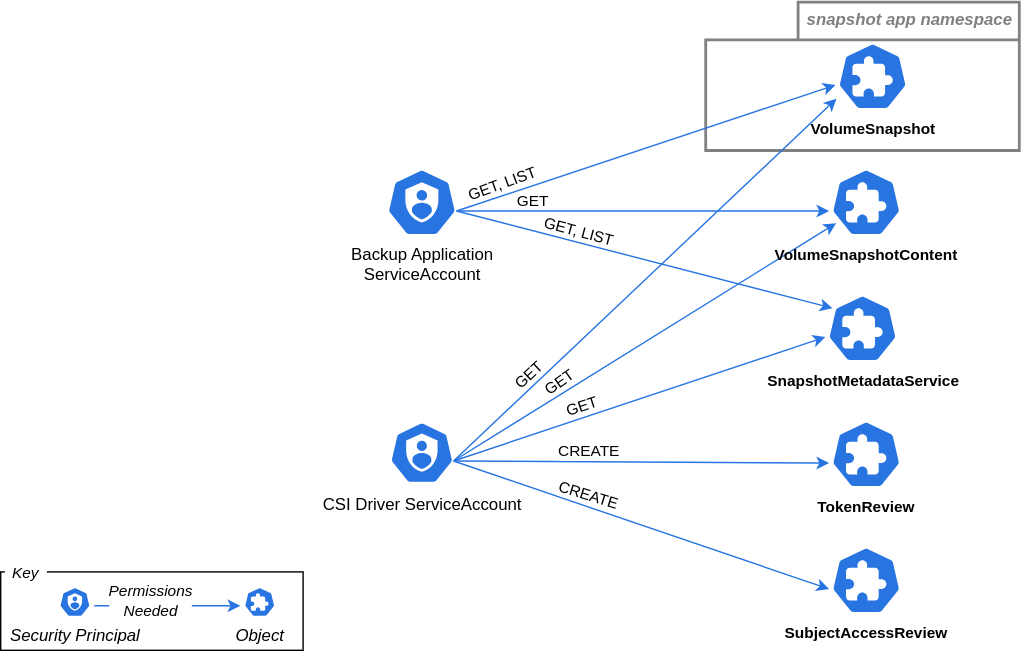
Earlier version of the draw.io export keps/sig-storage/3314-csi-changed-block-tracking/perms.drawio.svg (kubernetes/enhancements). Source tidied: cells renumbered, new cells last; positions are measured from the earlier drawing's top-left corner, leaving out a move shared by most shapes.
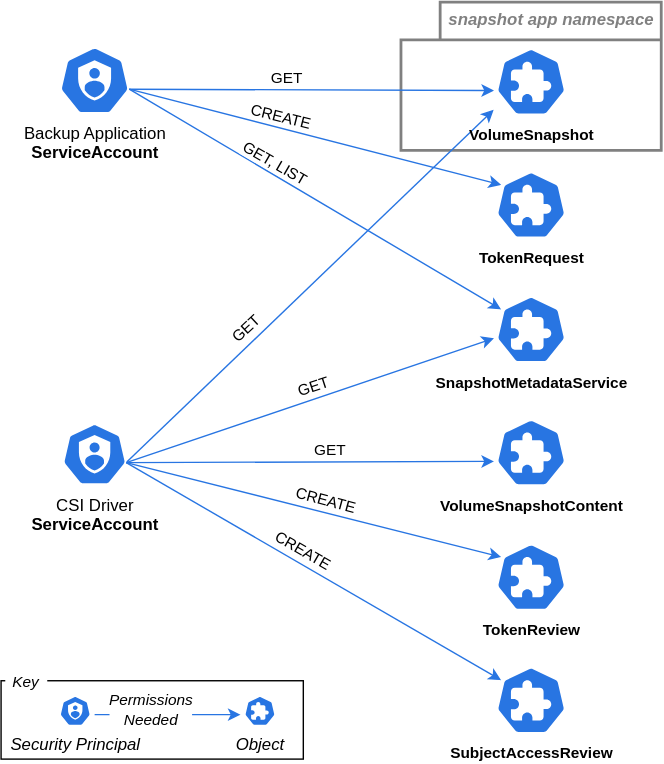
Above is the later version.

Diff of the diagram source:
```diff
@@ -3,10 +3,10 @@
     <mxCell id="0" />
     <mxCell id="1" parent="0" />
     <mxCell id="2" value="&lt;i&gt;snapshot app namespace&lt;/i&gt;" style="shape=folder;fontStyle=1;tabWidth=158;tabHeight=27;tabPosition=left;html=1;boundedLbl=1;labelInHeader=1;flipH=1;fontColor=#808080;strokeColor=#808080;strokeWidth=2;" parent="1" vertex="1">
-      <mxGeometry x="503.6" y="140" width="224" height="106" as="geometry" />
+      <mxGeometry x="519.8" y="54" width="186" height="106" as="geometry" />
     </mxCell>
     <mxCell id="3" style="html=1;strokeColor=none;fillColor=none;" parent="2" vertex="1">
-      <mxGeometry width="224" height="74.2" relative="1" as="geometry">
+      <mxGeometry width="186" height="74.2" relative="1" as="geometry">
         <mxPoint y="30" as="offset" />
       </mxGeometry>
     </mxCell>
@@ -15,23 +15,23 @@
         <mxPoint x="314.2" y="20.2" as="targetPoint" />
       </mxGeometry>
     </mxCell>
-    <mxCell id="5" style="edgeStyle=none;sketch=0;html=1;entryX=0.1;entryY=0.2;entryDx=0;entryDy=0;entryPerimeter=0;strokeWidth=1;strokeColor=#2875E2;exitX=0.995;exitY=0.63;exitDx=0;exitDy=0;exitPerimeter=0;" parent="1" edge="1" source="7" target="18">
+    <mxCell id="5" style="edgeStyle=none;sketch=0;html=1;entryX=0.1;entryY=0.2;entryDx=0;entryDy=0;entryPerimeter=0;strokeWidth=1;strokeColor=#2875E2;exitX=0.995;exitY=0.63;exitDx=0;exitDy=0;exitPerimeter=0;" parent="1" edge="1" source="7" target="17">
       <mxGeometry relative="1" as="geometry" />
     </mxCell>
-    <mxCell id="6" value="GET, LIST" style="edgeLabel;html=1;align=center;verticalAlign=middle;rotation=15;" parent="5" vertex="1">
+    <mxCell id="6" value="GET, LIST" style="edgeLabel;html=1;align=center;verticalAlign=middle;rotation=30;" parent="5" vertex="1">
       <mxGeometry x="-0.34" y="1" relative="1" as="geometry">
-        <mxPoint x="-1" y="-8" as="offset" />
+        <mxPoint x="16" y="1" as="offset" />
       </mxGeometry>
     </mxCell>
-    <mxCell id="7" value="Backup Application&lt;br&gt;ServiceAccount" style="html=1;dashed=0;whitespace=wrap;fillColor=#2875E2;strokeColor=#ffffff;points=[[0.005,0.63,0],[0.1,0.2,0],[0.9,0.2,0],[0.5,0,0],[0.995,0.63,0],[0.72,0.99,0],[0.5,1,0],[0.28,0.99,0]];verticalLabelPosition=bottom;align=center;verticalAlign=top;shape=mxgraph.kubernetes.icon;prIcon=sa;" parent="1" vertex="1">
-      <mxGeometry x="275.8" y="259" width="50" height="48" as="geometry" />
+    <mxCell id="7" value="Backup Application&lt;br&gt;&lt;b&gt;ServiceAccount&lt;/b&gt;" style="html=1;dashed=0;whitespace=wrap;fillColor=#2875E2;strokeColor=#ffffff;points=[[0.005,0.63,0],[0.1,0.2,0],[0.9,0.2,0],[0.5,0,0],[0.995,0.63,0],[0.72,0.99,0],[0.5,1,0],[0.28,0.99,0]];verticalLabelPosition=bottom;align=center;verticalAlign=top;shape=mxgraph.kubernetes.icon;prIcon=sa;" parent="1" vertex="1">
+      <mxGeometry x="275.8" y="86" width="50" height="48" as="geometry" />
     </mxCell>
     <mxCell id="8" style="edgeStyle=none;sketch=0;html=1;exitX=0.995;exitY=0.63;exitDx=0;exitDy=0;exitPerimeter=0;entryX=0.005;entryY=0.63;entryDx=0;entryDy=0;entryPerimeter=0;strokeWidth=1;strokeColor=#2875E2;" parent="1" edge="1" source="7" target="27">
       <mxGeometry relative="1" as="geometry" />
     </mxCell>
-    <mxCell id="9" value="GET, LIST" style="edgeLabel;html=1;align=center;verticalAlign=middle;rotation=340;" parent="8" vertex="1">
+    <mxCell id="9" value="GET" style="edgeLabel;html=1;align=center;verticalAlign=middle;rotation=0;" parent="8" vertex="1">
       <mxGeometry x="-0.43" y="-1" relative="1" as="geometry">
-        <mxPoint x="-46" y="5" as="offset" />
+        <mxPoint x="38" y="-10" as="offset" />
       </mxGeometry>
     </mxCell>
     <mxCell id="10" style="edgeStyle=none;html=1;exitX=0.995;exitY=0.63;exitDx=0;exitDy=0;exitPerimeter=0;entryX=0.1;entryY=0.2;entryDx=0;entryDy=0;entryPerimeter=0;" parent="1" edge="1">
@@ -39,40 +39,40 @@
         <mxPoint x="319" y="-0.4" as="targetPoint" />
       </mxGeometry>
     </mxCell>
-    <mxCell id="11" style="edgeStyle=none;sketch=0;html=1;entryX=0.1;entryY=0.81;entryDx=0;entryDy=0;entryPerimeter=0;strokeWidth=1;exitX=0.995;exitY=0.63;exitDx=0;exitDy=0;exitPerimeter=0;strokeColor=#2875E2;" parent="1" edge="1" source="26" target="17">
+    <mxCell id="11" style="edgeStyle=none;sketch=0;html=1;entryX=0.005;entryY=0.63;entryDx=0;entryDy=0;entryPerimeter=0;strokeWidth=1;exitX=0.995;exitY=0.63;exitDx=0;exitDy=0;exitPerimeter=0;strokeColor=#2875E2;" parent="1" edge="1" source="26" target="17">
       <mxGeometry relative="1" as="geometry" />
     </mxCell>
-    <mxCell id="12" value="GET" style="edgeLabel;html=1;align=center;verticalAlign=middle;rotation=325;" parent="11" vertex="1">
+    <mxCell id="12" value="GET" style="edgeLabel;html=1;align=center;verticalAlign=middle;rotation=342;" parent="11" vertex="1">
       <mxGeometry x="-0.67" relative="1" as="geometry">
-        <mxPoint x="30" y="-28" as="offset" />
+        <mxPoint x="90" y="-40" as="offset" />
       </mxGeometry>
     </mxCell>
     <mxCell id="13" style="edgeStyle=none;sketch=0;html=1;exitX=0.995;exitY=0.63;exitDx=0;exitDy=0;exitPerimeter=0;entryX=0.005;entryY=0.63;entryDx=0;entryDy=0;entryPerimeter=0;strokeWidth=1;strokeColor=#2875E2;" parent="1" edge="1" source="26" target="18">
       <mxGeometry relative="1" as="geometry" />
     </mxCell>
-    <mxCell id="14" value="GET" style="edgeLabel;html=1;align=center;verticalAlign=middle;rotation=342;" parent="13" vertex="1">
+    <mxCell id="14" value="GET" style="edgeLabel;html=1;align=center;verticalAlign=middle;rotation=0;" parent="13" vertex="1">
       <mxGeometry x="-0.79" y="4" relative="1" as="geometry">
-        <mxPoint x="64" y="-26" as="offset" />
+        <mxPoint x="117" y="-5" as="offset" />
       </mxGeometry>
     </mxCell>
     <mxCell id="15" style="edgeStyle=none;sketch=0;html=1;exitX=0.995;exitY=0.63;exitDx=0;exitDy=0;exitPerimeter=0;strokeWidth=1;strokeColor=#2875E2;" parent="1" edge="1" source="26">
       <mxGeometry relative="1" as="geometry">
-        <mxPoint x="597" y="209" as="targetPoint" />
+        <mxPoint x="586" y="131" as="targetPoint" />
       </mxGeometry>
     </mxCell>
     <mxCell id="16" value="GET" style="edgeLabel;html=1;align=center;verticalAlign=middle;rotation=317;" parent="15" vertex="1">
       <mxGeometry x="0.1" y="1" relative="1" as="geometry">
-        <mxPoint x="-97" y="82" as="offset" />
+        <mxPoint x="-59" y="44" as="offset" />
       </mxGeometry>
     </mxCell>
-    <mxCell id="17" value="&lt;b style=&quot;border-color: var(--border-color);&quot;&gt;&lt;font style=&quot;border-color: var(--border-color); font-size: 11px;&quot;&gt;VolumeSnapshotContent&lt;/font&gt;&lt;/b&gt;" style="html=1;dashed=0;whitespace=wrap;fillColor=#2875E2;strokeColor=#ffffff;points=[[0.005,0.63,0],[0.1,0.2,0],[0.9,0.2,0],[0.5,0,0],[0.995,0.63,0],[0.72,0.99,0],[0.5,1,0],[0.28,0.99,0]];verticalLabelPosition=bottom;align=center;verticalAlign=top;shape=mxgraph.kubernetes.icon;prIcon=crd;fontColor=#000000;" parent="1" vertex="1">
-      <mxGeometry x="591.4" y="259" width="53.6" height="48" as="geometry" />
+    <mxCell id="17" value="&lt;b style=&quot;border-color: var(--border-color);&quot;&gt;&lt;font style=&quot;border-color: var(--border-color); font-size: 11px;&quot;&gt;SnapshotMetadataService&lt;/font&gt;&lt;/b&gt;" style="html=1;dashed=0;whitespace=wrap;fillColor=#2875E2;strokeColor=#ffffff;points=[[0.005,0.63,0],[0.1,0.2,0],[0.9,0.2,0],[0.5,0,0],[0.995,0.63,0],[0.72,0.99,0],[0.5,1,0],[0.28,0.99,0]];verticalLabelPosition=bottom;align=center;verticalAlign=top;shape=mxgraph.kubernetes.icon;prIcon=crd;fontColor=#000000;" parent="1" vertex="1">
+      <mxGeometry x="586" y="264" width="53.6" height="48" as="geometry" />
     </mxCell>
-    <mxCell id="18" value="&lt;b&gt;&lt;font style=&quot;font-size: 11px;&quot;&gt;SnapshotMetadataService&lt;/font&gt;&lt;/b&gt;" style="html=1;dashed=0;whitespace=wrap;fillColor=#2875E2;strokeColor=#ffffff;points=[[0.005,0.63,0],[0.1,0.2,0],[0.9,0.2,0],[0.5,0,0],[0.995,0.63,0],[0.72,0.99,0],[0.5,1,0],[0.28,0.99,0]];verticalLabelPosition=bottom;align=center;verticalAlign=top;shape=mxgraph.kubernetes.icon;prIcon=crd;fontColor=#000000;" parent="1" vertex="1">
-      <mxGeometry x="588.8" y="349" width="53.6" height="48" as="geometry" />
+    <mxCell id="18" value="&lt;b&gt;&lt;font style=&quot;font-size: 11px;&quot;&gt;VolumeSnapshotContent&lt;/font&gt;&lt;/b&gt;" style="html=1;dashed=0;whitespace=wrap;fillColor=#2875E2;strokeColor=#ffffff;points=[[0.005,0.63,0],[0.1,0.2,0],[0.9,0.2,0],[0.5,0,0],[0.995,0.63,0],[0.72,0.99,0],[0.5,1,0],[0.28,0.99,0]];verticalLabelPosition=bottom;align=center;verticalAlign=top;shape=mxgraph.kubernetes.icon;prIcon=crd;fontColor=#000000;" parent="1" vertex="1">
+      <mxGeometry x="586" y="352" width="53.6" height="48" as="geometry" />
     </mxCell>
     <mxCell id="19" style="group;" parent="1" vertex="1">
-      <mxGeometry y="529" width="216" height="74" as="geometry" />
+      <mxGeometry x="234" y="521" width="216" height="74" as="geometry" />
     </mxCell>
     <mxCell id="20" style="rounded=0;whiteSpace=wrap;html=1;hachureGap=4;fontFamily=Architects Daughter;fontSource=https%3A%2F%2Ffonts.googleapis.com%2Fcss%3Ffamily%3DArchitects%2BDaughter;fontSize=20;" parent="19" vertex="1">
       <mxGeometry y="18" width="216" height="56" as="geometry" />
@@ -94,41 +94,44 @@
     <mxCell id="25" value="&lt;i&gt;Security Principal&lt;/i&gt;" style="html=1;dashed=0;whitespace=wrap;fillColor=#2875E2;strokeColor=#ffffff;points=[[0.005,0.63,0],[0.1,0.2,0],[0.9,0.2,0],[0.5,0,0],[0.995,0.63,0],[0.72,0.99,0],[0.5,1,0],[0.28,0.99,0]];verticalLabelPosition=bottom;align=center;verticalAlign=top;shape=mxgraph.kubernetes.icon;prIcon=sa;" parent="19" vertex="1">
       <mxGeometry x="39" y="29" width="28" height="21" as="geometry" />
     </mxCell>
-    <mxCell id="26" value="CSI Driver ServiceAccount" style="html=1;dashed=0;whitespace=wrap;fillColor=#2875E2;strokeColor=#ffffff;points=[[0.005,0.63,0],[0.1,0.2,0],[0.9,0.2,0],[0.5,0,0],[0.995,0.63,0],[0.72,0.99,0],[0.5,1,0],[0.28,0.99,0]];verticalLabelPosition=bottom;align=center;verticalAlign=top;shape=mxgraph.kubernetes.icon;prIcon=sa;" parent="1" vertex="1">
-      <mxGeometry x="278" y="439" width="45.7" height="45.7" as="geometry" />
+    <mxCell id="26" value="CSI Driver&lt;br&gt;&lt;b&gt;ServiceAccount&lt;/b&gt;" style="html=1;dashed=0;whitespace=wrap;fillColor=#2875E2;strokeColor=#ffffff;points=[[0.005,0.63,0],[0.1,0.2,0],[0.9,0.2,0],[0.5,0,0],[0.995,0.63,0],[0.72,0.99,0],[0.5,1,0],[0.28,0.99,0]];verticalLabelPosition=bottom;align=center;verticalAlign=top;shape=mxgraph.kubernetes.icon;prIcon=sa;" parent="1" vertex="1">
+      <mxGeometry x="278" y="354.3" width="45.7" height="45.7" as="geometry" />
     </mxCell>
-    <mxCell id="27" value="&lt;b&gt;&lt;font style=&quot;font-size: 11px;&quot;&gt;VolumeSnapshot&lt;/font&gt;&lt;/b&gt;" style="html=1;dashed=0;whitespace=wrap;fillColor=#2875E2;strokeColor=#ffffff;points=[[0.005,0.63,0],[0.1,0.2,0],[0.9,0.2,0],[0.5,0,0],[0.995,0.63,0],[0.72,0.99,0],[0.5,1,0],[0.28,0.99,0]];verticalLabelPosition=bottom;align=center;verticalAlign=top;shape=mxgraph.kubernetes.icon;prIcon=crd;fontColor=#000000;" parent="1" vertex="1">
-      <mxGeometry x="596" y="169" width="53.6" height="48" as="geometry" />
-    </mxCell>
     <mxCell id="28" value="&lt;b&gt;&lt;font style=&quot;font-size: 11px;&quot;&gt;TokenReview&lt;/font&gt;&lt;/b&gt;" style="html=1;dashed=0;whitespace=wrap;fillColor=#2875E2;strokeColor=#ffffff;points=[[0.005,0.63,0],[0.1,0.2,0],[0.9,0.2,0],[0.5,0,0],[0.995,0.63,0],[0.72,0.99,0],[0.5,1,0],[0.28,0.99,0]];verticalLabelPosition=bottom;align=center;verticalAlign=top;shape=mxgraph.kubernetes.icon;prIcon=crd;fontColor=#000000;" parent="1" vertex="1">
-      <mxGeometry x="591.4" y="439" width="53.6" height="48" as="geometry" />
+      <mxGeometry x="586" y="441" width="53.6" height="48" as="geometry" />
     </mxCell>
     <mxCell id="29" value="&lt;b&gt;&lt;font style=&quot;font-size: 11px;&quot;&gt;SubjectAccessReview&lt;/font&gt;&lt;/b&gt;" style="html=1;dashed=0;whitespace=wrap;fillColor=#2875E2;strokeColor=#ffffff;points=[[0.005,0.63,0],[0.1,0.2,0],[0.9,0.2,0],[0.5,0,0],[0.995,0.63,0],[0.72,0.99,0],[0.5,1,0],[0.28,0.99,0]];verticalLabelPosition=bottom;align=center;verticalAlign=top;shape=mxgraph.kubernetes.icon;prIcon=crd;fontColor=#000000;" parent="1" vertex="1">
-      <mxGeometry x="591.4" y="529" width="53.6" height="48" as="geometry" />
+      <mxGeometry x="586" y="529" width="53.6" height="48" as="geometry" />
     </mxCell>
-    <mxCell id="30" style="edgeStyle=none;sketch=0;html=1;exitX=0.995;exitY=0.63;exitDx=0;exitDy=0;exitPerimeter=0;entryX=0.005;entryY=0.63;entryDx=0;entryDy=0;entryPerimeter=0;strokeWidth=1;strokeColor=#2875E2;" parent="1" edge="1" source="26" target="28">
+    <mxCell id="30" style="edgeStyle=none;sketch=0;html=1;exitX=0.995;exitY=0.63;exitDx=0;exitDy=0;exitPerimeter=0;entryX=0.1;entryY=0.2;entryDx=0;entryDy=0;entryPerimeter=0;strokeWidth=1;strokeColor=#2875E2;" parent="1" edge="1" source="26" target="28">
       <mxGeometry relative="1" as="geometry" />
     </mxCell>
-    <mxCell id="31" value="CREATE" style="edgeLabel;html=1;align=center;verticalAlign=middle;" parent="30" vertex="1">
+    <mxCell id="31" value="CREATE" style="edgeLabel;html=1;align=center;verticalAlign=middle;rotation=15;" parent="30" vertex="1">
       <mxGeometry x="0.29" relative="1" as="geometry">
-        <mxPoint x="-77" y="-8" as="offset" />
+        <mxPoint x="-31" y="-17" as="offset" />
       </mxGeometry>
     </mxCell>
-    <mxCell id="32" style="edgeStyle=none;sketch=0;html=1;exitX=0.995;exitY=0.63;exitDx=0;exitDy=0;exitPerimeter=0;entryX=0.005;entryY=0.63;entryDx=0;entryDy=0;entryPerimeter=0;strokeWidth=1;strokeColor=#2875E2;" parent="1" edge="1" source="26" target="29">
+    <mxCell id="32" style="edgeStyle=none;sketch=0;html=1;exitX=0.995;exitY=0.63;exitDx=0;exitDy=0;exitPerimeter=0;entryX=0.1;entryY=0.2;entryDx=0;entryDy=0;entryPerimeter=0;strokeWidth=1;strokeColor=#2875E2;" parent="1" edge="1" source="26" target="29">
       <mxGeometry relative="1" as="geometry" />
     </mxCell>
-    <mxCell id="33" value="CREATE" style="edgeLabel;html=1;align=center;verticalAlign=middle;rotation=17;" parent="32" vertex="1">
+    <mxCell id="33" value="CREATE" style="edgeLabel;html=1;align=center;verticalAlign=middle;rotation=30;" parent="32" vertex="1">
       <mxGeometry x="0.28" y="-1" relative="1" as="geometry">
-        <mxPoint x="-75" y="-36" as="offset" />
+        <mxPoint x="-44" y="-38" as="offset" />
       </mxGeometry>
     </mxCell>
-    <mxCell id="34" style="edgeStyle=none;sketch=0;html=1;entryX=0.005;entryY=0.63;entryDx=0;entryDy=0;entryPerimeter=0;strokeWidth=1;strokeColor=#2875E2;exitX=0.995;exitY=0.63;exitDx=0;exitDy=0;exitPerimeter=0;" parent="1" edge="1" source="7" target="17">
-      <mxGeometry relative="1" as="geometry" />
-    </mxCell>
-    <mxCell id="35" value="GET" style="edgeLabel;html=1;align=center;verticalAlign=middle;rotation=0;" parent="34" vertex="1">
-      <mxGeometry x="-0.34" y="1" relative="1" as="geometry">
-        <mxPoint x="-34" y="-7" as="offset" />
-      </mxGeometry>
-    </mxCell>
+    <mxCell id="36" value="&lt;b&gt;&lt;font style=&quot;font-size: 11px;&quot;&gt;TokenRequest&lt;/font&gt;&lt;/b&gt;" style="html=1;dashed=0;whitespace=wrap;fillColor=#2875E2;strokeColor=#ffffff;points=[[0.005,0.63,0],[0.1,0.2,0],[0.9,0.2,0],[0.5,0,0],[0.995,0.63,0],[0.72,0.99,0],[0.5,1,0],[0.28,0.99,0]];verticalLabelPosition=bottom;align=center;verticalAlign=top;shape=mxgraph.kubernetes.icon;prIcon=crd;fontColor=#000000;" parent="1" vertex="1">
+      <mxGeometry x="586" y="175" width="53.6" height="48" as="geometry" />
+    </mxCell>
+    <mxCell id="37" style="edgeStyle=none;sketch=0;html=1;exitX=0.995;exitY=0.63;exitDx=0;exitDy=0;exitPerimeter=0;strokeWidth=1;strokeColor=#2875E2;entryX=0.1;entryY=0.2;entryDx=0;entryDy=0;entryPerimeter=0;" parent="1" edge="1" source="7" target="36">
+      <mxGeometry relative="1" as="geometry" />
+    </mxCell>
+    <mxCell id="38" value="CREATE" style="edgeLabel;html=1;align=center;verticalAlign=middle;rotation=14;" parent="37" vertex="1">
+      <mxGeometry x="0.29" relative="1" as="geometry">
+        <mxPoint x="-63" y="-25" as="offset" />
+      </mxGeometry>
+    </mxCell>
+    <mxCell id="27" value="&lt;b&gt;&lt;font style=&quot;font-size: 11px;&quot;&gt;VolumeSnapshot&lt;/font&gt;&lt;/b&gt;" style="html=1;dashed=0;whitespace=wrap;fillColor=#2875E2;strokeColor=#ffffff;points=[[0.005,0.63,0],[0.1,0.2,0],[0.9,0.2,0],[0.5,0,0],[0.995,0.63,0],[0.72,0.99,0],[0.5,1,0],[0.28,0.99,0]];verticalLabelPosition=bottom;align=center;verticalAlign=top;shape=mxgraph.kubernetes.icon;prIcon=crd;fontColor=#000000;" parent="1" vertex="1">
+      <mxGeometry x="586" y="87" width="53.6" height="48" as="geometry" />
+    </mxCell>
   </root>
 </mxGraphModel>
```
